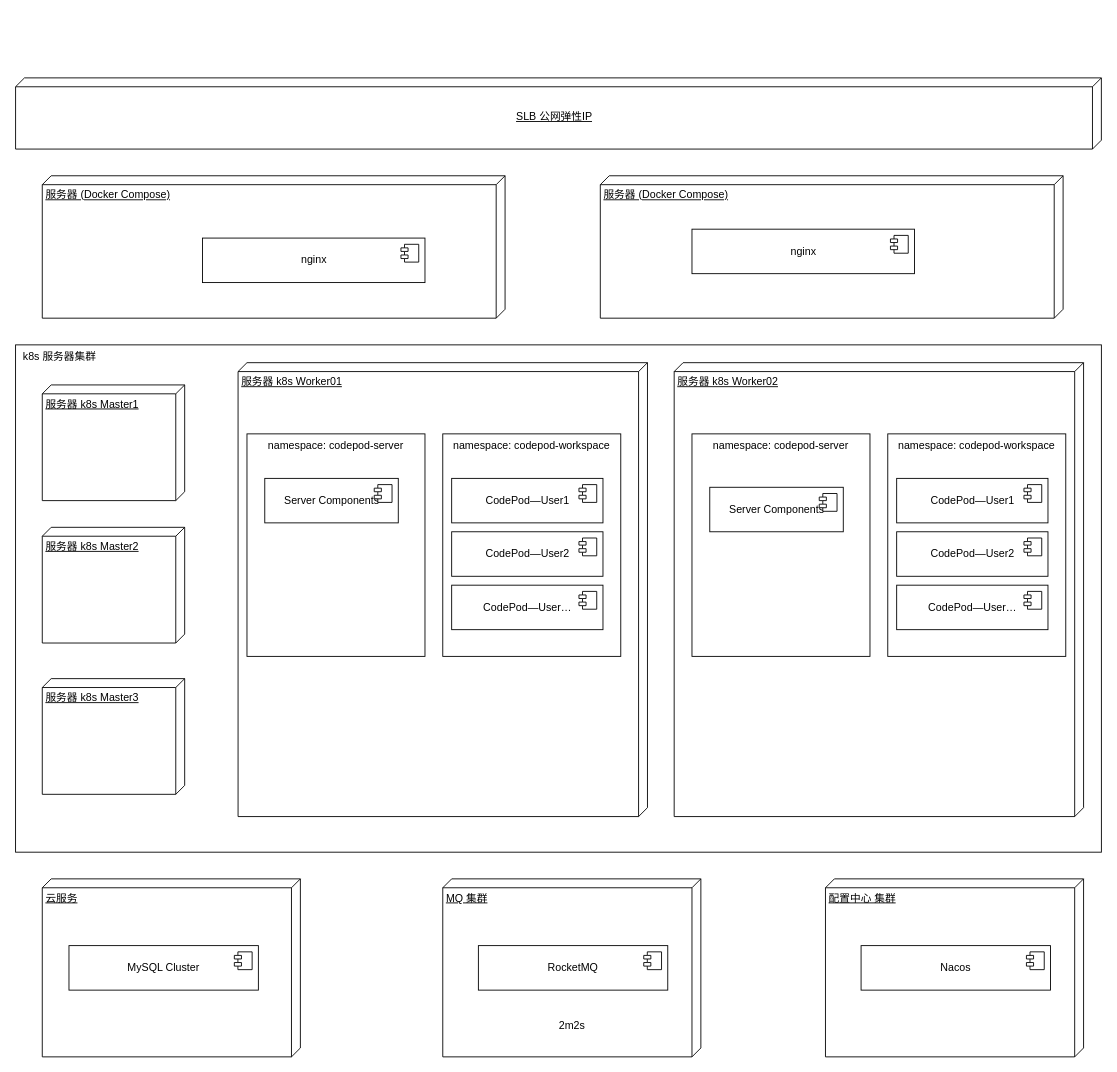
Earlier version of the draw.io diagram page "上云环境" (2 of 3) of architecure/_design/04.deploy.drawio (codepodspace/docs). Source tidied: cells renumbered, new cells numbered last; positions are measured from the earlier drawing's top-left corner, leaving out a move shared by most shapes. Both pictures are drawn from the tidied source at 89%, with x=0, y=0 at pixel (15, 77).
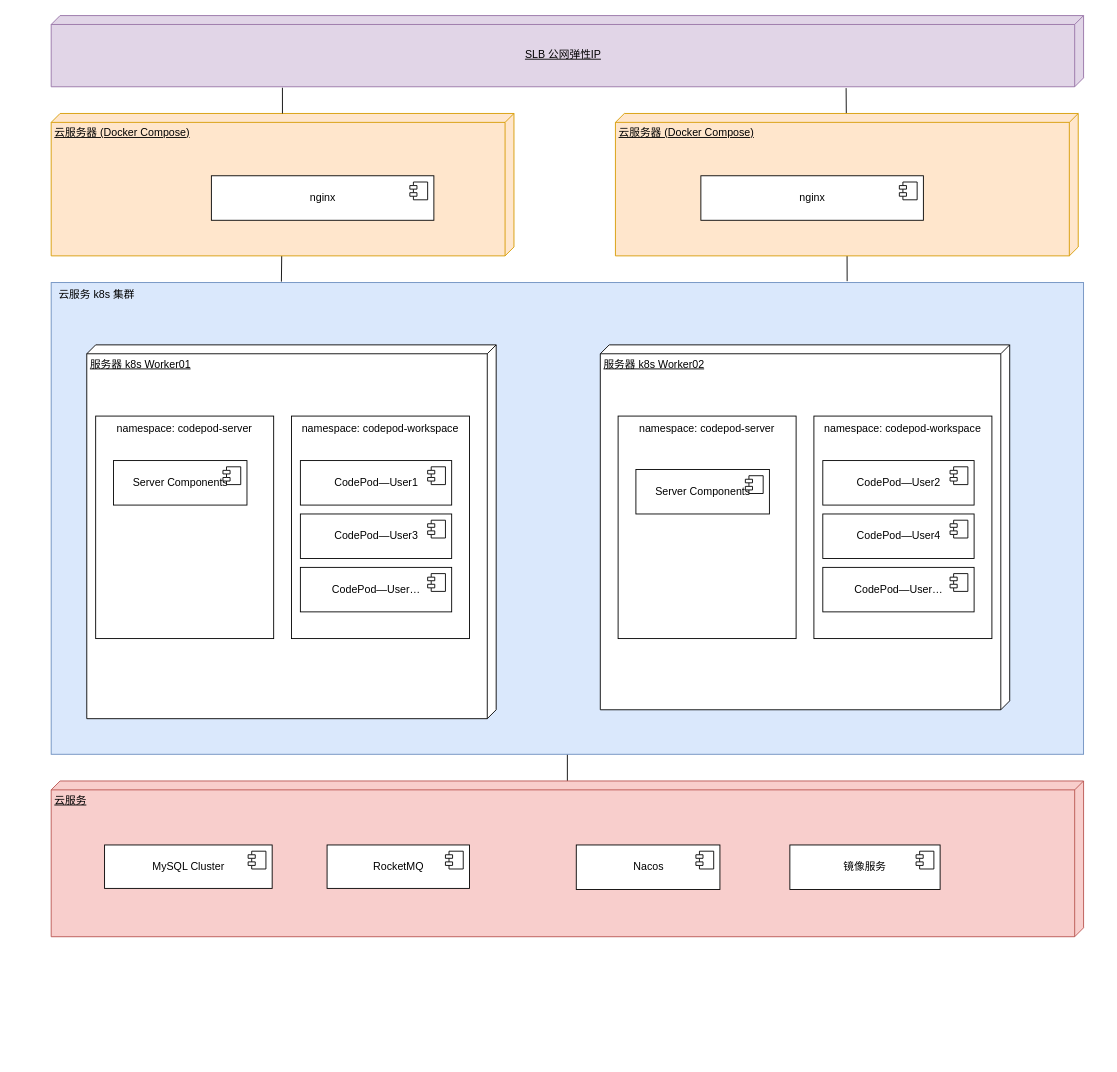
Above is the later version.

Change to the diagram source:
```diff
@@
-<mxGraphModel>
+<mxGraphModel background="#ffffff">
@@
+    <mxCell id="49" style="edgeStyle=none;html=1;endArrow=none;endFill=0;" parent="1" edge="1" source="2" target="39">
+      <mxGeometry relative="1" as="geometry" />
+    </mxCell>
-    <mxCell id="2" value="&amp;nbsp; k8s 服务器集群" style="rounded=0;whiteSpace=wrap;html=1;verticalAlign=top;align=left;" parent="1" vertex="1">
-      <mxGeometry y="300" width="1220" height="570" as="geometry" />
+    <mxCell id="2" value="&amp;nbsp; 云服务 k8s 集群" style="rounded=0;whiteSpace=wrap;html=1;verticalAlign=top;align=left;fillColor=#dae8fc;strokeColor=#6c8ebf;" parent="1" vertex="1">
+      <mxGeometry x="40" y="230" width="1160" height="530" as="geometry" />
     </mxCell>
-    <mxCell id="3" value="服务器 k8s Worker02" style="verticalAlign=top;align=left;spacingTop=8;spacingLeft=2;spacingRight=12;shape=cube;size=10;direction=south;fontStyle=4;html=1;" parent="1" vertex="1">
-      <mxGeometry x="740" y="320" width="460" height="510" as="geometry" />
-    </mxCell>
-    <mxCell id="4" value="服务器 k8s Worker01" style="verticalAlign=top;align=left;spacingTop=8;spacingLeft=2;spacingRight=12;shape=cube;size=10;direction=south;fontStyle=4;html=1;" parent="1" vertex="1">
-      <mxGeometry x="250" y="320" width="460" height="510" as="geometry" />
-    </mxCell>
+    <mxCell id="50" style="edgeStyle=none;html=1;endArrow=none;endFill=0;entryX=0.223;entryY=-0.002;entryDx=0;entryDy=0;entryPerimeter=0;" parent="1" edge="1" source="5" target="2">
+      <mxGeometry relative="1" as="geometry" />
+    </mxCell>
-    <mxCell id="5" value="服务器 (Docker Compose)" style="verticalAlign=top;align=left;spacingTop=8;spacingLeft=2;spacingRight=12;shape=cube;size=10;direction=south;fontStyle=4;html=1;" parent="1" vertex="1">
-      <mxGeometry x="30" y="110" width="520" height="160" as="geometry" />
+    <mxCell id="5" value="云服务器 (Docker Compose)" style="verticalAlign=top;align=left;spacingTop=8;spacingLeft=2;spacingRight=12;shape=cube;size=10;direction=south;fontStyle=4;html=1;fillColor=#ffe6cc;strokeColor=#d79b00;" parent="1" vertex="1">
+      <mxGeometry x="40" y="40" width="520" height="160" as="geometry" />
     </mxCell>
     <mxCell id="6" value="nginx" style="html=1;" parent="1" vertex="1">
-      <mxGeometry x="210" y="180" width="250" height="50" as="geometry" />
+      <mxGeometry x="220" y="110" width="250" height="50" as="geometry" />
     </mxCell>
@@
-    <mxCell id="8" value="服务器 k8s Master1" style="verticalAlign=top;align=left;spacingTop=8;spacingLeft=2;spacingRight=12;shape=cube;size=10;direction=south;fontStyle=4;html=1;" parent="1" vertex="1">
-      <mxGeometry x="30" y="345" width="160" height="130" as="geometry" />
-    </mxCell>
-    <mxCell id="9" value="服务器 k8s Master2" style="verticalAlign=top;align=left;spacingTop=8;spacingLeft=2;spacingRight=12;shape=cube;size=10;direction=south;fontStyle=4;html=1;" parent="1" vertex="1">
-      <mxGeometry x="30" y="505" width="160" height="130" as="geometry" />
-    </mxCell>
-    <mxCell id="10" value="服务器 k8s Master3" style="verticalAlign=top;align=left;spacingTop=8;spacingLeft=2;spacingRight=12;shape=cube;size=10;direction=south;fontStyle=4;html=1;" parent="1" vertex="1">
-      <mxGeometry x="30" y="675" width="160" height="130" as="geometry" />
-    </mxCell>
+    <mxCell id="51" style="edgeStyle=none;html=1;endArrow=none;endFill=0;exitX=1.013;exitY=0.776;exitDx=0;exitDy=0;exitPerimeter=0;" parent="1" edge="1" source="23" target="5">
+      <mxGeometry relative="1" as="geometry" />
+    </mxCell>
+    <mxCell id="52" style="edgeStyle=none;html=1;endArrow=none;endFill=0;exitX=1.019;exitY=0.23;exitDx=0;exitDy=0;exitPerimeter=0;" parent="1" edge="1" source="23" target="24">
+      <mxGeometry relative="1" as="geometry" />
+    </mxCell>
+    <mxCell id="23" value="SLB 公网弹性IP" style="verticalAlign=middle;align=center;spacingTop=8;spacingLeft=2;spacingRight=12;shape=cube;size=10;direction=south;fontStyle=4;html=1;fillColor=#e1d5e7;strokeColor=#9673a6;" parent="1" vertex="1">
+      <mxGeometry x="40" y="-70" width="1160" height="80" as="geometry" />
+    </mxCell>
+    <mxCell id="53" style="edgeStyle=none;html=1;endArrow=none;endFill=0;entryX=0.771;entryY=-0.003;entryDx=0;entryDy=0;entryPerimeter=0;" parent="1" edge="1" source="24" target="2">
+      <mxGeometry relative="1" as="geometry" />
+    </mxCell>
+    <mxCell id="24" value="云服务器 (Docker Compose)" style="verticalAlign=top;align=left;spacingTop=8;spacingLeft=2;spacingRight=12;shape=cube;size=10;direction=south;fontStyle=4;html=1;fillColor=#ffe6cc;strokeColor=#d79b00;" parent="1" vertex="1">
+      <mxGeometry x="674" y="40" width="520" height="160" as="geometry" />
+    </mxCell>
+    <mxCell id="25" value="nginx" style="html=1;" parent="1" vertex="1">
+      <mxGeometry x="770" y="110" width="250" height="50" as="geometry" />
+    </mxCell>
+    <mxCell id="26" style="shape=module;jettyWidth=8;jettyHeight=4;" parent="25" vertex="1">
+      <mxGeometry x="1" width="20" height="20" relative="1" as="geometry">
+        <mxPoint x="-27" y="7" as="offset" />
+      </mxGeometry>
+    </mxCell>
+    <mxCell id="4" value="服务器 k8s Worker01" style="verticalAlign=top;align=left;spacingTop=8;spacingLeft=2;spacingRight=12;shape=cube;size=10;direction=south;fontStyle=4;html=1;" parent="1" vertex="1">
+      <mxGeometry x="80" y="300" width="460" height="420" as="geometry" />
+    </mxCell>
     <mxCell id="11" style="group;" parent="1" vertex="1">
-      <mxGeometry x="480" y="400" width="200" height="250" as="geometry" />
+      <mxGeometry x="310" y="380" width="200" height="250" as="geometry" />
     </mxCell>
@@
-    <mxCell id="15" value="CodePod—User2" style="html=1;" parent="11" vertex="1">
+    <mxCell id="15" value="CodePod—User3" style="html=1;" parent="11" vertex="1">
       <mxGeometry x="10" y="110" width="170" height="50" as="geometry" />
     </mxCell>
@@
     <mxCell id="19" style="group;" parent="1" vertex="1">
-      <mxGeometry x="260" y="400" width="200" height="250" as="geometry" />
+      <mxGeometry x="90" y="380" width="200" height="250" as="geometry" />
     </mxCell>
@@
-    <mxCell id="23" value="SLB 公网弹性IP" style="verticalAlign=middle;align=center;spacingTop=8;spacingLeft=2;spacingRight=12;shape=cube;size=10;direction=south;fontStyle=4;html=1;" parent="1" vertex="1">
-      <mxGeometry width="1220" height="80" as="geometry" />
-    </mxCell>
-    <mxCell id="24" value="服务器 (Docker Compose)" style="verticalAlign=top;align=left;spacingTop=8;spacingLeft=2;spacingRight=12;shape=cube;size=10;direction=south;fontStyle=4;html=1;" parent="1" vertex="1">
-      <mxGeometry x="657" y="110" width="520" height="160" as="geometry" />
-    </mxCell>
-    <mxCell id="25" value="nginx" style="html=1;" parent="1" vertex="1">
-      <mxGeometry x="760" y="170" width="250" height="50" as="geometry" />
-    </mxCell>
-    <mxCell id="26" style="shape=module;jettyWidth=8;jettyHeight=4;" parent="25" vertex="1">
-      <mxGeometry x="1" width="20" height="20" relative="1" as="geometry">
-        <mxPoint x="-27" y="7" as="offset" />
-      </mxGeometry>
-    </mxCell>
+    <mxCell id="54" style="group;" parent="1" vertex="1">
+      <mxGeometry x="40" y="790" width="1160" height="175" as="geometry" />
+    </mxCell>
+    <mxCell id="39" value="云服务" style="verticalAlign=top;align=left;spacingTop=8;spacingLeft=2;spacingRight=12;shape=cube;size=10;direction=south;fontStyle=4;html=1;fillColor=#f8cecc;strokeColor=#b85450;" parent="54" vertex="1">
+      <mxGeometry width="1160" height="175" as="geometry" />
+    </mxCell>
+    <mxCell id="43" value="RocketMQ" style="html=1;" parent="54" vertex="1">
+      <mxGeometry x="310" y="71.9" width="160" height="48.8" as="geometry" />
+    </mxCell>
+    <mxCell id="44" style="shape=module;jettyWidth=8;jettyHeight=4;" parent="43" vertex="1">
+      <mxGeometry x="1" width="20" height="20" relative="1" as="geometry">
+        <mxPoint x="-27" y="7" as="offset" />
+      </mxGeometry>
+    </mxCell>
+    <mxCell id="47" value="Nacos" style="html=1;" parent="54" vertex="1">
+      <mxGeometry x="590" y="71.9" width="161.4" height="50" as="geometry" />
+    </mxCell>
+    <mxCell id="48" style="shape=module;jettyWidth=8;jettyHeight=4;" parent="47" vertex="1">
+      <mxGeometry x="1" width="20" height="20" relative="1" as="geometry">
+        <mxPoint x="-27" y="7" as="offset" />
+      </mxGeometry>
+    </mxCell>
+    <mxCell id="55" value="镜像服务" style="html=1;" parent="54" vertex="1">
+      <mxGeometry x="830" y="71.9" width="168.8" height="50" as="geometry" />
+    </mxCell>
+    <mxCell id="56" style="shape=module;jettyWidth=8;jettyHeight=4;" parent="55" vertex="1">
+      <mxGeometry x="1" width="20" height="20" relative="1" as="geometry">
+        <mxPoint x="-27" y="7" as="offset" />
+      </mxGeometry>
+    </mxCell>
+    <mxCell id="40" value="MySQL Cluster" style="html=1;" parent="54" vertex="1">
+      <mxGeometry x="60" y="71.9" width="188.3" height="48.8" as="geometry" />
+    </mxCell>
+    <mxCell id="41" style="shape=module;jettyWidth=8;jettyHeight=4;" parent="40" vertex="1">
+      <mxGeometry x="1" width="20" height="20" relative="1" as="geometry">
+        <mxPoint x="-27" y="7" as="offset" />
+      </mxGeometry>
+    </mxCell>
+    <mxCell id="57" style="group;" parent="1" vertex="1">
+      <mxGeometry x="657" y="300" width="460" height="410" as="geometry" />
+    </mxCell>
+    <mxCell id="3" value="服务器 k8s Worker02" style="verticalAlign=top;align=left;spacingTop=8;spacingLeft=2;spacingRight=12;shape=cube;size=10;direction=south;fontStyle=4;html=1;" parent="57" vertex="1">
+      <mxGeometry width="460" height="410" as="geometry" />
+    </mxCell>
-    <mxCell id="27" style="group;" parent="1" vertex="1">
-      <mxGeometry x="760" y="410" width="200" height="250" as="geometry" />
+    <mxCell id="27" style="group;" parent="57" vertex="1">
+      <mxGeometry x="20" y="90" width="200" height="250" as="geometry" />
     </mxCell>
@@
-    <mxCell id="31" style="group;" parent="1" vertex="1">
-      <mxGeometry x="980" y="400" width="200" height="250" as="geometry" />
+    <mxCell id="31" style="group;" parent="57" vertex="1">
+      <mxGeometry x="240" y="80" width="200" height="250" as="geometry" />
     </mxCell>
@@
-    <mxCell id="33" value="CodePod—User1" style="html=1;" parent="31" vertex="1">
+    <mxCell id="33" value="CodePod—User2" style="html=1;" parent="31" vertex="1">
       <mxGeometry x="10" y="50" width="170" height="50" as="geometry" />
     </mxCell>
@@
-    <mxCell id="35" value="CodePod—User2" style="html=1;" parent="31" vertex="1">
+    <mxCell id="35" value="CodePod—User4" style="html=1;" parent="31" vertex="1">
       <mxGeometry x="10" y="110" width="170" height="50" as="geometry" />
     </mxCell>
@@
-    <mxCell id="39" value="云服务" style="verticalAlign=top;align=left;spacingTop=8;spacingLeft=2;spacingRight=12;shape=cube;size=10;direction=south;fontStyle=4;html=1;" parent="1" vertex="1">
-      <mxGeometry x="30" y="900" width="290" height="200" as="geometry" />
-    </mxCell>
-    <mxCell id="40" value="MySQL Cluster" style="html=1;" parent="39" vertex="1">
-      <mxGeometry x="30" y="75" width="212.8" height="50" as="geometry" />
-    </mxCell>
-    <mxCell id="41" style="shape=module;jettyWidth=8;jettyHeight=4;" parent="40" vertex="1">
-      <mxGeometry x="1" width="20" height="20" relative="1" as="geometry">
-        <mxPoint x="-27" y="7" as="offset" />
-      </mxGeometry>
-    </mxCell>
-    <mxCell id="42" value="MQ 集群" style="verticalAlign=top;align=left;spacingTop=8;spacingLeft=2;spacingRight=12;shape=cube;size=10;direction=south;fontStyle=4;html=1;" parent="1" vertex="1">
-      <mxGeometry x="480" y="900" width="290" height="200" as="geometry" />
-    </mxCell>
-    <mxCell id="43" value="RocketMQ" style="html=1;" parent="42" vertex="1">
-      <mxGeometry x="40" y="75" width="212.8" height="50" as="geometry" />
-    </mxCell>
-    <mxCell id="44" style="shape=module;jettyWidth=8;jettyHeight=4;" parent="43" vertex="1">
-      <mxGeometry x="1" width="20" height="20" relative="1" as="geometry">
-        <mxPoint x="-27" y="7" as="offset" />
-      </mxGeometry>
-    </mxCell>
-    <mxCell id="45" value="2m2s" style="text;html=1;align=center;verticalAlign=middle;strokeColor=none;fillColor=none;" parent="42" vertex="1">
-      <mxGeometry x="120" y="150" width="50" height="30" as="geometry" />
-    </mxCell>
-    <mxCell id="46" value="配置中心 集群" style="verticalAlign=top;align=left;spacingTop=8;spacingLeft=2;spacingRight=12;shape=cube;size=10;direction=south;fontStyle=4;html=1;" parent="1" vertex="1">
-      <mxGeometry x="910" y="900" width="290" height="200" as="geometry" />
-    </mxCell>
-    <mxCell id="47" value="Nacos" style="html=1;" parent="46" vertex="1">
-      <mxGeometry x="40" y="75" width="212.8" height="50" as="geometry" />
-    </mxCell>
-    <mxCell id="48" style="shape=module;jettyWidth=8;jettyHeight=4;" parent="47" vertex="1">
-      <mxGeometry x="1" width="20" height="20" relative="1" as="geometry">
-        <mxPoint x="-27" y="7" as="offset" />
-      </mxGeometry>
-    </mxCell>
```
